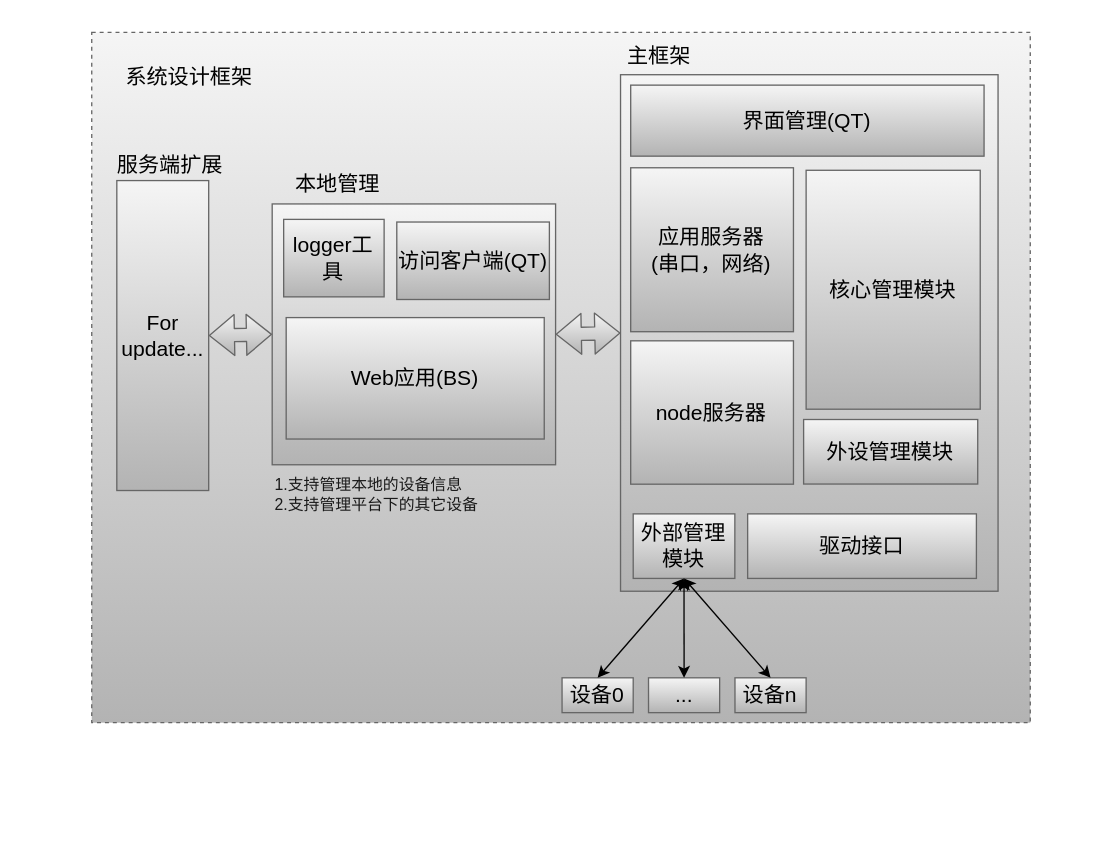
This is page "主框架" (1 of 3) of document/Firmware.drawio from zc110747/remote_manage, a draw.io file, before an edit. Source tidied: cells renumbered, new cells numbered last; positions are measured from the earlier drawing's top-left corner, leaving out a move shared by most shapes. Both pictures are drawn from the tidied source at 132%, with x=0, y=0 at pixel (22, 22).
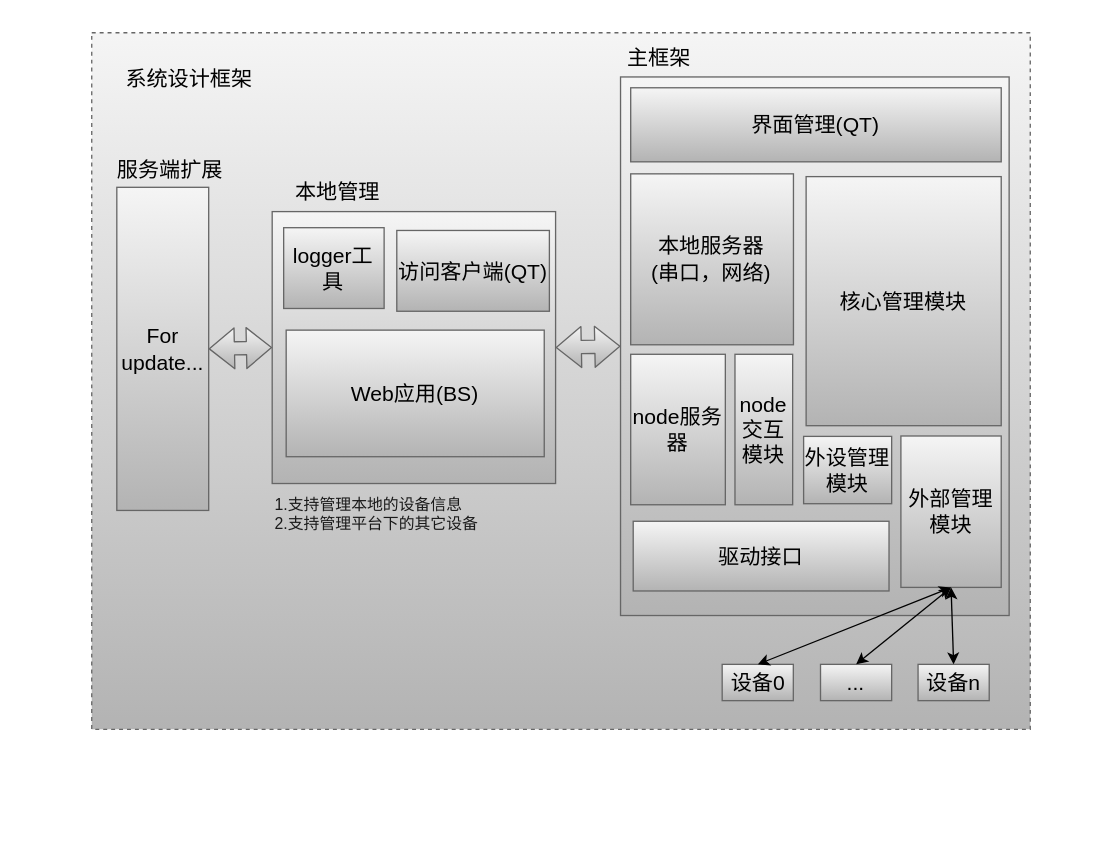
The same diagram, later.

The edit, as a diff of the source:
```diff
@@
     <mxCell id="2" style="group;" parent="1" vertex="1">
-      <mxGeometry width="795" height="587" as="geometry" />
+      <mxGeometry width="795" height="612" as="geometry" />
     </mxCell>
     <mxCell id="3" style="rounded=0;whiteSpace=wrap;html=1;fontSize=16;dashed=1;align=left;fillColor=#f5f5f5;strokeColor=#666666;gradientColor=#b3b3b3;" parent="2" vertex="1">
-      <mxGeometry x="52" y="7" width="711" height="523" as="geometry" />
+      <mxGeometry x="52" y="7.3" width="711" height="527.7" as="geometry" />
     </mxCell>
     <mxCell id="4" style="rounded=0;whiteSpace=wrap;html=1;fontSize=16;fillColor=#f5f5f5;gradientColor=#b3b3b3;strokeColor=#666666;fontColor=#000000;" parent="2" vertex="1">
-      <mxGeometry x="452.6" y="39.1" width="286" height="391.3" as="geometry" />
+      <mxGeometry x="452.6" y="40.8" width="294.4" height="408" as="geometry" />
     </mxCell>
     <mxCell id="5" value="&lt;br&gt;&lt;br&gt;" style="rounded=0;whiteSpace=wrap;html=1;fontSize=16;fillColor=#f5f5f5;gradientColor=#b3b3b3;strokeColor=#666666;fontColor=#000000;" parent="2" vertex="1">
-      <mxGeometry x="188.7" y="137" width="214.7" height="197.6" as="geometry" />
+      <mxGeometry x="188.7" y="142.8" width="214.7" height="206" as="geometry" />
     </mxCell>
     <mxCell id="6" value="访问客户端(QT)" style="rounded=0;whiteSpace=wrap;html=1;fontSize=16;fillColor=#f5f5f5;gradientColor=#b3b3b3;strokeColor=#666666;fontColor=#000000;" parent="2" vertex="1">
-      <mxGeometry x="283.1" y="150.7" width="115.6" height="58.7" as="geometry" />
+      <mxGeometry x="283.1" y="157.1" width="115.6" height="61.2" as="geometry" />
     </mxCell>
     <mxCell id="7" value="Web应用(BS)" style="rounded=0;whiteSpace=wrap;html=1;fontSize=16;fillColor=#f5f5f5;gradientColor=#b3b3b3;strokeColor=#666666;fontColor=#000000;" parent="2" vertex="1">
-      <mxGeometry x="199.3" y="223.1" width="195.5" height="92" as="geometry" />
+      <mxGeometry x="199.3" y="232.6" width="195.5" height="95.9" as="geometry" />
     </mxCell>
     <mxCell id="8" value="本地管理" style="text;html=1;fillColor=none;align=center;verticalAlign=middle;whiteSpace=wrap;rounded=0;fontSize=16;fontColor=#000000;" parent="2" vertex="1">
-      <mxGeometry x="194.5" y="107.6" width="86.7" height="29.4" as="geometry" />
+      <mxGeometry x="194.5" y="112.2" width="86.7" height="30.6" as="geometry" />
     </mxCell>
     <mxCell id="9" style="shape=flexArrow;endArrow=classic;startArrow=classic;html=1;exitX=1;exitY=0.5;exitDx=0;exitDy=0;fillColor=#f5f5f5;gradientColor=#b3b3b3;strokeColor=#666666;fontColor=#000000;" parent="2" edge="1" source="5">
       <mxGeometry relative="1" as="geometry">
-        <mxPoint x="452.6" y="234.8" as="targetPoint" />
+        <mxPoint x="452.6" y="244.8" as="targetPoint" />
       </mxGeometry>
     </mxCell>
     <mxCell id="10" value="界面管理(QT)" style="rounded=0;whiteSpace=wrap;html=1;fontSize=16;fillColor=#f5f5f5;gradientColor=#b3b3b3;strokeColor=#666666;fontColor=#000000;" parent="2" vertex="1">
-      <mxGeometry x="460.3" y="47" width="267.7" height="53.8" as="geometry" />
+      <mxGeometry x="460.3" y="49" width="280.7" height="56.1" as="geometry" />
     </mxCell>
     <mxCell id="11" value="驱动接口" style="rounded=0;whiteSpace=wrap;html=1;fontSize=16;fillColor=#f5f5f5;gradientColor=#b3b3b3;strokeColor=#666666;fontColor=#000000;" parent="2" vertex="1">
-      <mxGeometry x="548.9" y="371.8" width="173.3" height="48.9" as="geometry" />
+      <mxGeometry x="462.2" y="377.4" width="193.8" height="52.8" as="geometry" />
     </mxCell>
     <mxCell id="12" value="外部管理模块" style="rounded=0;whiteSpace=wrap;html=1;fontSize=16;fillColor=#f5f5f5;gradientColor=#b3b3b3;strokeColor=#666666;fontColor=#000000;" parent="2" vertex="1">
-      <mxGeometry x="462.2" y="371.8" width="77" height="48.9" as="geometry" />
+      <mxGeometry x="665" y="312.8" width="76" height="114.7" as="geometry" />
     </mxCell>
     <mxCell id="13" value="主框架" style="text;html=1;fillColor=none;align=center;verticalAlign=middle;whiteSpace=wrap;rounded=0;fontSize=16;fontColor=#000000;" parent="2" vertex="1">
-      <mxGeometry x="452.6" y="9.8" width="57.8" height="29.4" as="geometry" />
+      <mxGeometry x="452.6" y="10.2" width="57.8" height="30.6" as="geometry" />
     </mxCell>
     <mxCell id="14" value="设备0" style="rounded=0;whiteSpace=wrap;html=1;fontSize=16;fillColor=#f5f5f5;gradientColor=#b3b3b3;strokeColor=#666666;fontColor=#000000;" parent="2" vertex="1">
-      <mxGeometry x="408.3" y="496" width="53.9" height="26.4" as="geometry" />
+      <mxGeometry x="529.6" y="485.8" width="53.9" height="27.5" as="geometry" />
     </mxCell>
     <mxCell id="15" value="For update..." style="rounded=0;whiteSpace=wrap;html=1;fontSize=16;fillColor=#f5f5f5;gradientColor=#b3b3b3;strokeColor=#666666;fontColor=#000000;" parent="2" vertex="1">
-      <mxGeometry x="71" y="119.3" width="69.6" height="234.8" as="geometry" />
+      <mxGeometry x="71" y="124.4" width="69.6" height="244.8" as="geometry" />
     </mxCell>
     <mxCell id="16" value="服务端扩展" style="text;html=1;fillColor=none;align=center;verticalAlign=middle;whiteSpace=wrap;rounded=0;fontSize=16;fontColor=#000000;" parent="2" vertex="1">
-      <mxGeometry x="68.4" y="92" width="86.7" height="29.4" as="geometry" />
+      <mxGeometry x="68.4" y="95.9" width="86.7" height="30.6" as="geometry" />
     </mxCell>
@@
     <mxCell id="18" value="系统设计框架" style="text;html=1;fillColor=none;align=center;verticalAlign=middle;whiteSpace=wrap;rounded=0;dashed=1;fontSize=16;fontColor=#000000;" parent="2" vertex="1">
-      <mxGeometry x="68.4" y="26" width="115.6" height="29.4" as="geometry" />
+      <mxGeometry x="68.4" y="27.1" width="115.6" height="30.6" as="geometry" />
     </mxCell>
     <mxCell id="19" value="logger工具" style="rounded=0;whiteSpace=wrap;html=1;fontSize=16;fillColor=#f5f5f5;gradientColor=#b3b3b3;strokeColor=#666666;fontColor=#000000;" parent="2" vertex="1">
-      <mxGeometry x="197.4" y="148.7" width="76.1" height="58.7" as="geometry" />
+      <mxGeometry x="197.4" y="155" width="76.1" height="61.2" as="geometry" />
     </mxCell>
     <mxCell id="20" value="1.支持管理本地的设备信息&lt;br&gt;2.支持管理平台下的其它设备" style="text;html=1;align=left;verticalAlign=middle;whiteSpace=wrap;rounded=0;fontColor=#1A1A1A;" parent="2" vertex="1">
-      <mxGeometry x="188.7" y="342.4" width="219.6" height="29.4" as="geometry" />
+      <mxGeometry x="188.7" y="357" width="219.6" height="30.6" as="geometry" />
     </mxCell>
     <mxCell id="21" value="..." style="rounded=0;whiteSpace=wrap;html=1;fontSize=16;fillColor=#f5f5f5;gradientColor=#b3b3b3;strokeColor=#666666;fontColor=#000000;" parent="2" vertex="1">
-      <mxGeometry x="473.8" y="496" width="53.9" height="26.4" as="geometry" />
+      <mxGeometry x="604.1" y="485.8" width="53.9" height="27.5" as="geometry" />
     </mxCell>
     <mxCell id="22" value="设备n" style="rounded=0;whiteSpace=wrap;html=1;fontSize=16;fillColor=#f5f5f5;gradientColor=#b3b3b3;strokeColor=#666666;fontColor=#000000;" parent="2" vertex="1">
-      <mxGeometry x="539.3" y="496" width="53.9" height="26.4" as="geometry" />
+      <mxGeometry x="678" y="485.8" width="53.9" height="27.5" as="geometry" />
     </mxCell>
@@
     <mxCell id="26" value="node服务器" style="rounded=0;whiteSpace=wrap;html=1;fontSize=16;fillColor=#f5f5f5;gradientColor=#b3b3b3;strokeColor=#666666;fontColor=#000000;" parent="2" vertex="1">
-      <mxGeometry x="460.3" y="240.7" width="123.3" height="108.6" as="geometry" />
+      <mxGeometry x="460.3" y="250.9" width="71.7" height="114" as="geometry" />
     </mxCell>
-    <mxCell id="27" value="应用服务器&lt;br&gt;(串口，网络)" style="rounded=0;whiteSpace=wrap;html=1;fontSize=16;fillColor=#f5f5f5;gradientColor=#b3b3b3;strokeColor=#666666;fontColor=#000000;" parent="2" vertex="1">
-      <mxGeometry x="460.3" y="109.6" width="123.3" height="124.2" as="geometry" />
+    <mxCell id="27" value="本地服务器&lt;br&gt;(串口，网络)" style="rounded=0;whiteSpace=wrap;html=1;fontSize=16;fillColor=#f5f5f5;gradientColor=#b3b3b3;strokeColor=#666666;fontColor=#000000;" parent="2" vertex="1">
+      <mxGeometry x="460.3" y="114.2" width="123.3" height="129.5" as="geometry" />
     </mxCell>
     <mxCell id="28" value="外设管理模块" style="rounded=0;whiteSpace=wrap;html=1;fontSize=16;fillColor=#f5f5f5;gradientColor=#b3b3b3;strokeColor=#666666;fontColor=#000000;" parent="2" vertex="1">
-      <mxGeometry x="591.3" y="300.3" width="131.9" height="48.9" as="geometry" />
+      <mxGeometry x="591.3" y="313.1" width="66.7" height="51" as="geometry" />
     </mxCell>
     <mxCell id="29" value="核心管理模块" style="rounded=0;whiteSpace=wrap;html=1;fontSize=16;fillColor=#f5f5f5;gradientColor=#b3b3b3;strokeColor=#666666;fontColor=#000000;" parent="2" vertex="1">
-      <mxGeometry x="593.2" y="111.5" width="131.9" height="181" as="geometry" />
+      <mxGeometry x="593.2" y="116.3" width="147.8" height="188.7" as="geometry" />
     </mxCell>
+    <mxCell id="30" value="node交互模块" style="rounded=0;whiteSpace=wrap;html=1;fontSize=16;fillColor=#f5f5f5;gradientColor=#b3b3b3;strokeColor=#666666;fontColor=#000000;" parent="2" vertex="1">
+      <mxGeometry x="539.3" y="250.9" width="43.7" height="114" as="geometry" />
+    </mxCell>
```
